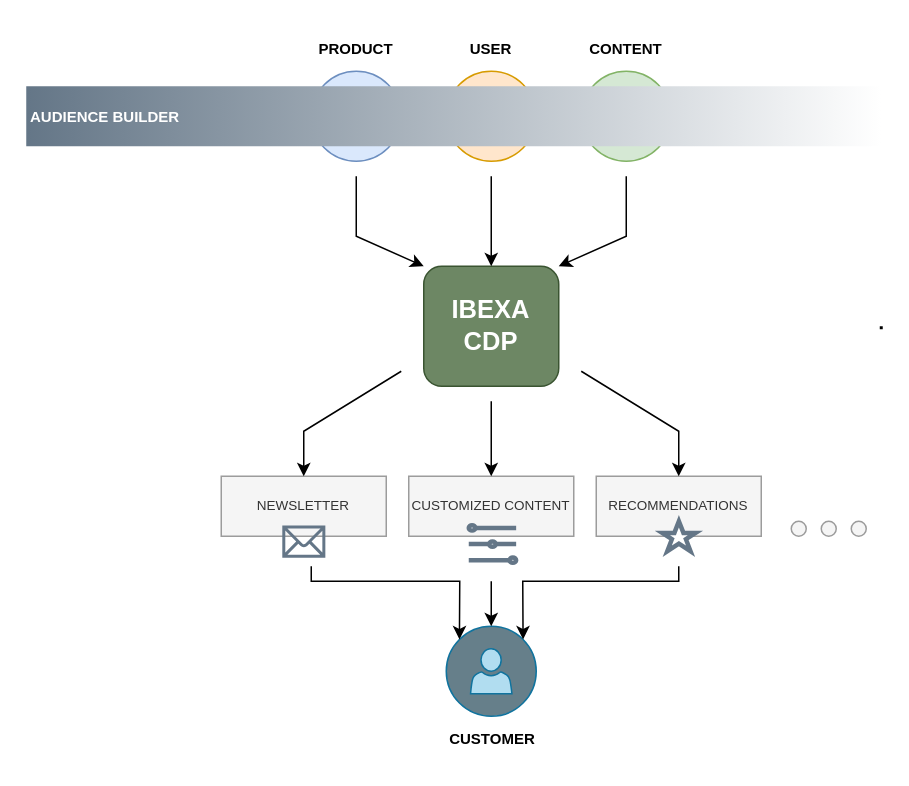
This is page "Strona-3" (3 of 10) of docs/ibexa_products/img/segments.drawio from ibexa/documentation-developer, a draw.io file, before an edit. Source tidied: cells renumbered, new cells numbered last; positions are measured from the earlier drawing's top-left corner, leaving out a move shared by most shapes. Both pictures are drawn from the tidied source at 150%, with x=0, y=0 at pixel (26, 26).
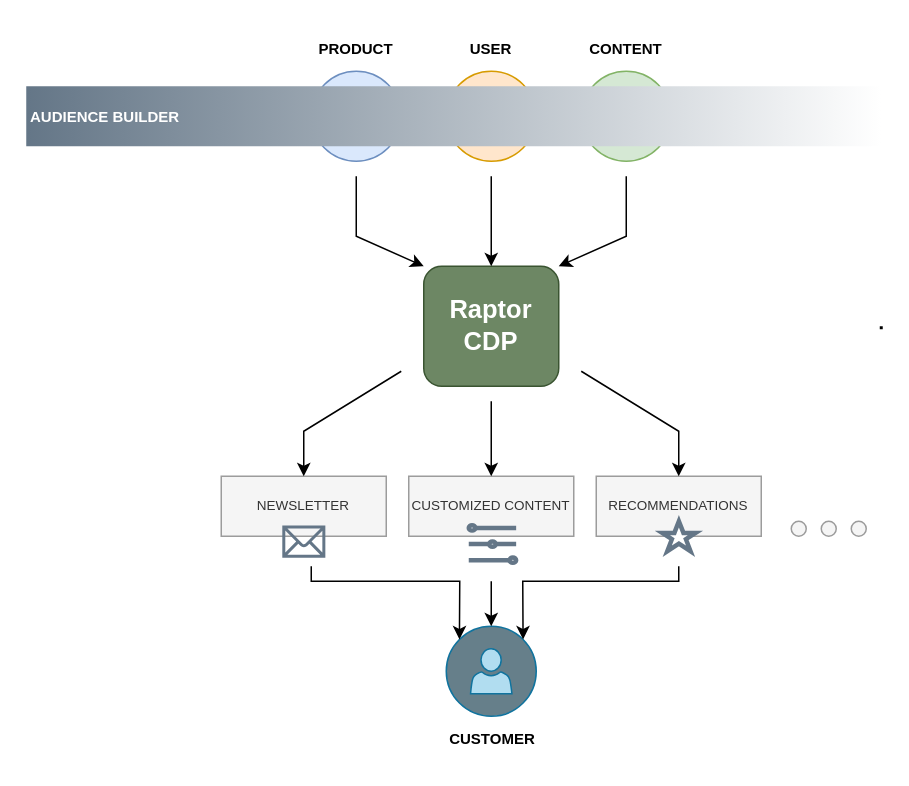
The same page after the edit.

What changed in the source:
```diff
@@
-    <mxCell id="4" value="&lt;b&gt;&lt;font style=&quot;font-size: 17px;&quot;&gt;IBEXA CDP&lt;/font&gt;&lt;/b&gt;" style="rounded=1;whiteSpace=wrap;html=1;fillColor=#6d8764;fontColor=#ffffff;strokeColor=#3A5431;" parent="1" vertex="1">
+    <mxCell id="4" value="&lt;b&gt;&lt;font style=&quot;font-size: 17px;&quot;&gt;Raptor CDP&lt;/font&gt;&lt;/b&gt;" style="rounded=1;whiteSpace=wrap;html=1;fillColor=#6d8764;fontColor=#ffffff;strokeColor=#3A5431;" parent="1" vertex="1">
       <mxGeometry x="265" y="160" width="90" height="80" as="geometry" />
     </mxCell>
```
